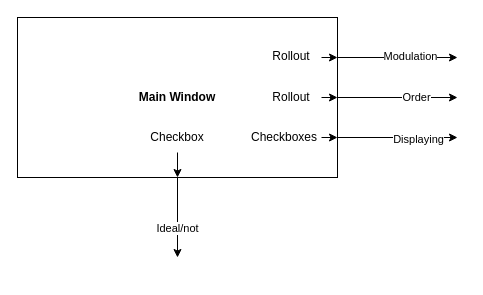
The draw.io diagram page "Stránka-1" (1 of 2) of diagram.drawio in jurkovicmartin/Bakal-ka, before the edit. Source tidied: cells renumbered, new cells numbered last; positions are measured from the earlier drawing's top-left corner, leaving out a move shared by most shapes. Both pictures are drawn from the tidied source at 100%, with x=0, y=0 at pixel (17, 17).
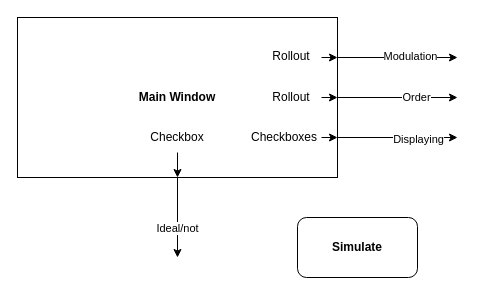
After the change.

The edit, as a diff of the source:
```diff
@@
+    <mxCell id="19" value="&lt;b&gt;Simulate&lt;/b&gt;" style="rounded=1;whiteSpace=wrap;html=1;" parent="1" vertex="1">
+      <mxGeometry x="280" y="200" width="120" height="60" as="geometry" />
+    </mxCell>
```
